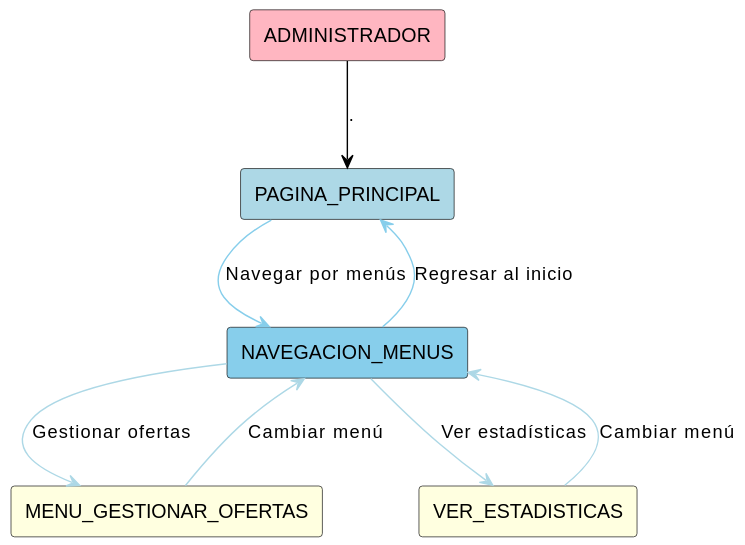
Before: modelosUML/CasosDeUso/svg/DiagramasContexto/ContextoAdministrador.svg, a diagram exported from PlantUML (mmasias/24-25-IdSw1-SDR). The source it was exported from:
```plantuml
@startuml
!define RECTANGLE(x) rectangle x

RECTANGLE(ADMINISTRADOR) #LightPink
RECTANGLE(PAGINA_PRINCIPAL) #LightBlue
RECTANGLE(NAVEGACION_MENUS) #SkyBlue

RECTANGLE(MENU_GESTIONAR_OFERTAS) #LightYellow
RECTANGLE(VER_ESTADISTICAS) #LightYellow

ADMINISTRADOR -[#Black]-> PAGINA_PRINCIPAL : .
PAGINA_PRINCIPAL -[#SkyBlue]-> NAVEGACION_MENUS : Navegar por menús
NAVEGACION_MENUS -[#SkyBlue]-> PAGINA_PRINCIPAL : Regresar al inicio

NAVEGACION_MENUS -[#LightBlue]-> MENU_GESTIONAR_OFERTAS : Gestionar ofertas
NAVEGACION_MENUS -[#LightBlue]-> VER_ESTADISTICAS : Ver estadísticas

MENU_GESTIONAR_OFERTAS -[#LightBlue]-> NAVEGACION_MENUS : Cambiar menú
VER_ESTADISTICAS -[#LightBlue]-> NAVEGACION_MENUS : Cambiar menú
@enduml
```
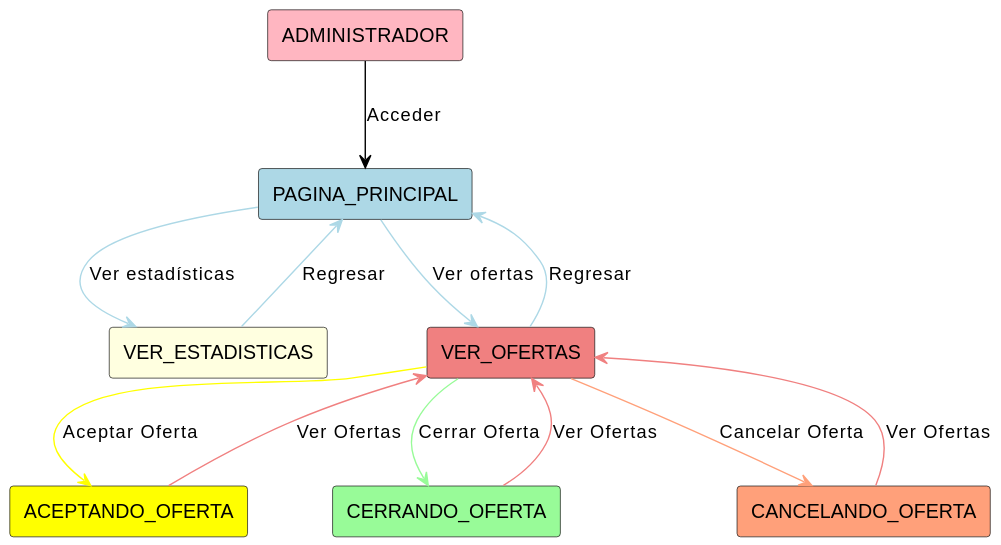
After the commit.

The edit, as a diff of the source:
```diff
@@ -3,18 +3,27 @@
 
 RECTANGLE(ADMINISTRADOR) #LightPink
 RECTANGLE(PAGINA_PRINCIPAL) #LightBlue
-RECTANGLE(NAVEGACION_MENUS) #SkyBlue
 
-RECTANGLE(MENU_GESTIONAR_OFERTAS) #LightYellow
 RECTANGLE(VER_ESTADISTICAS) #LightYellow
+RECTANGLE(VER_OFERTAS) #LightCoral
 
-ADMINISTRADOR -[#Black]-> PAGINA_PRINCIPAL : .
-PAGINA_PRINCIPAL -[#SkyBlue]-> NAVEGACION_MENUS : Navegar por menús
-NAVEGACION_MENUS -[#SkyBlue]-> PAGINA_PRINCIPAL : Regresar al inicio
+RECTANGLE(ACEPTANDO_OFERTA) #Yellow
+RECTANGLE(CERRANDO_OFERTA) #PaleGreen
+RECTANGLE(CANCELANDO_OFERTA) #LightSalmon
 
-NAVEGACION_MENUS -[#LightBlue]-> MENU_GESTIONAR_OFERTAS : Gestionar ofertas
-NAVEGACION_MENUS -[#LightBlue]-> VER_ESTADISTICAS : Ver estadísticas
+ADMINISTRADOR -[#Black]-> PAGINA_PRINCIPAL : Acceder
 
-MENU_GESTIONAR_OFERTAS -[#LightBlue]-> NAVEGACION_MENUS : Cambiar menú
-VER_ESTADISTICAS -[#LightBlue]-> NAVEGACION_MENUS : Cambiar menú
+PAGINA_PRINCIPAL -[#LightBlue]-> VER_OFERTAS : Ver ofertas
+PAGINA_PRINCIPAL -[#LightBlue]-> VER_ESTADISTICAS : Ver estadísticas
+
+VER_OFERTAS -[#Yellow]-> ACEPTANDO_OFERTA : Aceptar Oferta
+VER_OFERTAS -[#PaleGreen]-> CERRANDO_OFERTA : Cerrar Oferta
+VER_OFERTAS -[#LightSalmon]-> CANCELANDO_OFERTA : Cancelar Oferta
+
+ACEPTANDO_OFERTA -[#LightCoral]-> VER_OFERTAS : Ver Ofertas
+CERRANDO_OFERTA -[#LightCoral]-> VER_OFERTAS : Ver Ofertas
+CANCELANDO_OFERTA -[#LightCoral]-> VER_OFERTAS : Ver Ofertas
+
+VER_OFERTAS -[#LightBlue]-> PAGINA_PRINCIPAL : Regresar
+VER_ESTADISTICAS -[#LightBlue]-> PAGINA_PRINCIPAL : Regresar
 @enduml
```
